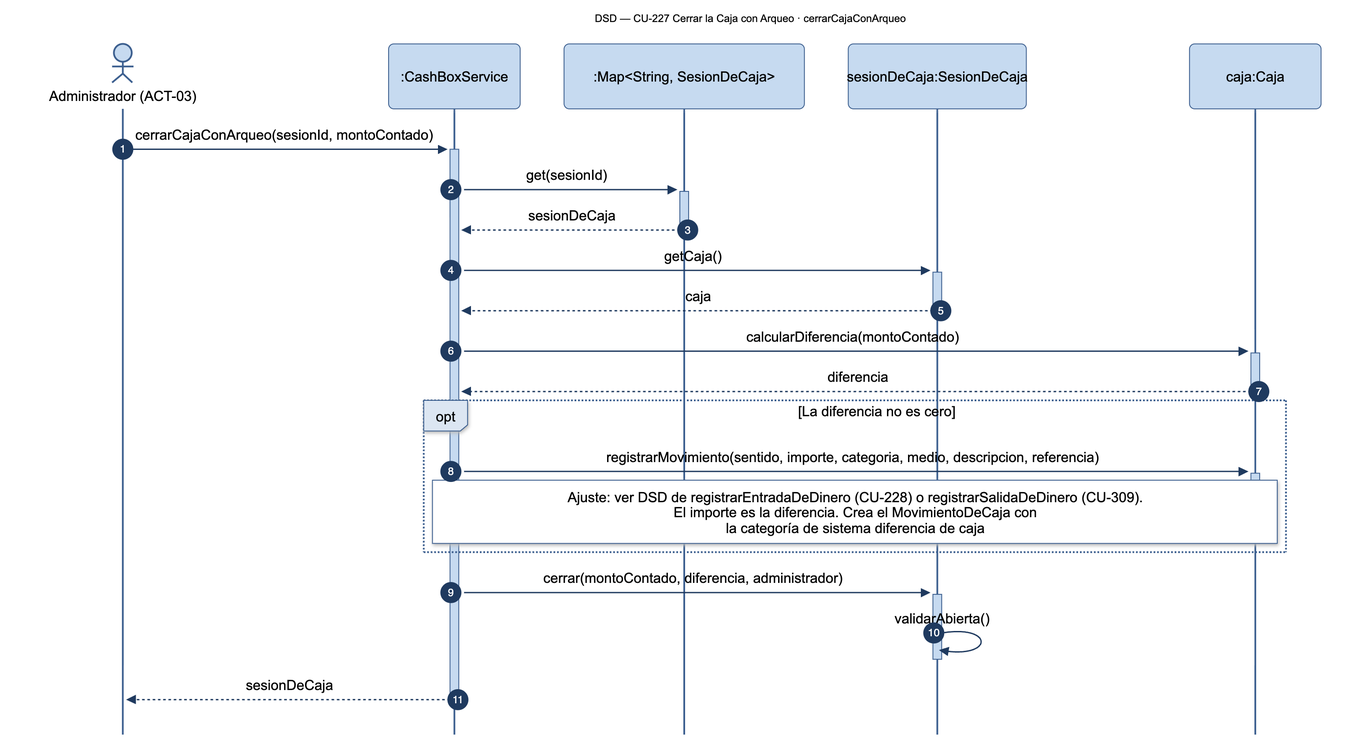
Nahuelito-Dev/splg-docs keeps this Mermaid diagram as diagramas/png/DSD_CU-227_cerrarCajaConArqueo.png. Above is the earlier version. Its source is kept beside it as diagramas/DSD_CU-227_cerrarCajaConArqueo.mmd.
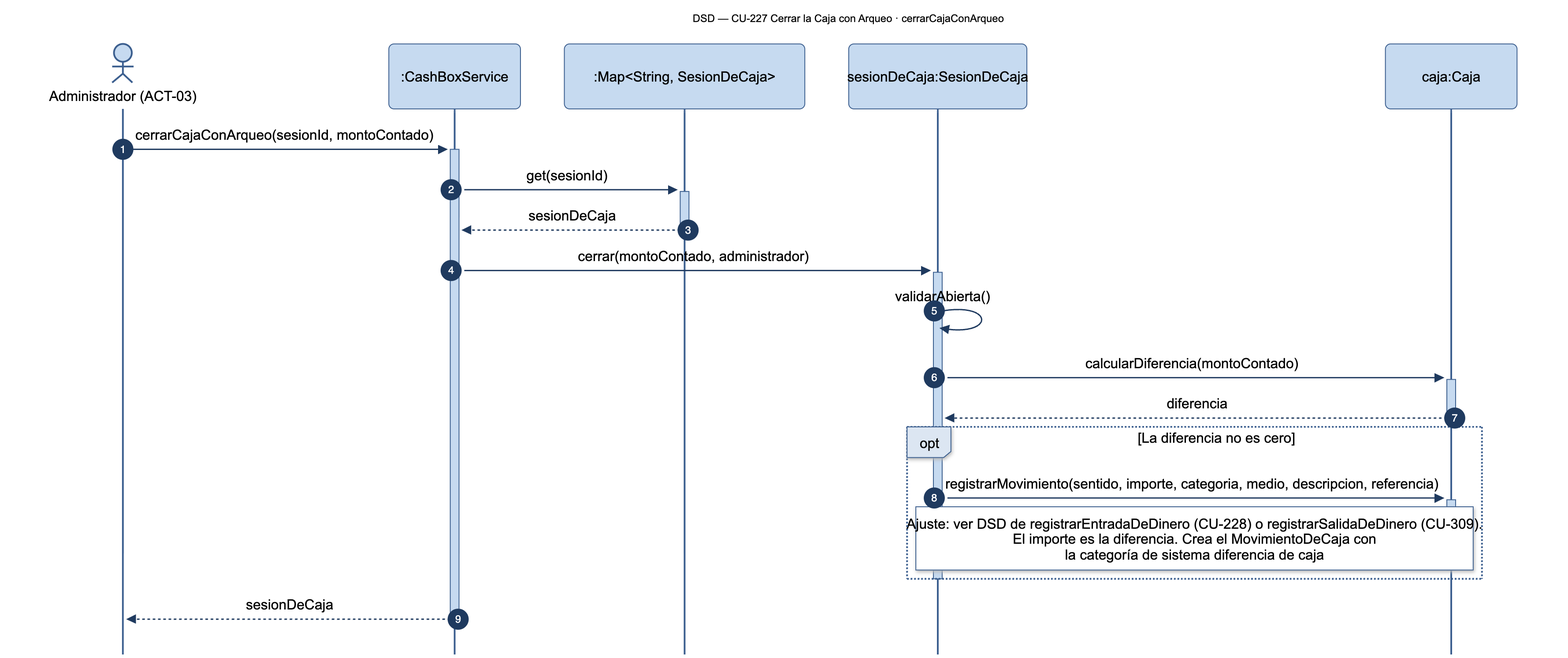
The same file after the commit.

What changed in the source:
```diff
@@ -10,16 +10,14 @@
     ADM->>+SRV: cerrarCajaConArqueo(sesionId, montoContado)
     SRV->>+SESS: get(sesionId)
     SESS-->>-SRV: sesionDeCaja
-    SRV->>+SES: getCaja()
-    SES-->>-SRV: caja
-    SRV->>+CAJ: calcularDiferencia(montoContado)
-    CAJ-->>-SRV: diferencia
+    SRV->>+SES: cerrar(montoContado, administrador)
+    SES->>SES: validarAbierta()
+    SES->>+CAJ: calcularDiferencia(montoContado)
+    CAJ-->>-SES: diferencia
     opt La diferencia no es cero
-        SRV->>+CAJ: registrarMovimiento(sentido, importe, categoria, medio, descripcion, referencia)
-        Note over SRV,CAJ: Ajuste: ver DSD de registrarEntradaDeDinero (CU-228) o registrarSalidaDeDinero (CU-309).<br/>El importe es la diferencia. Crea el MovimientoDeCaja con<br/>la categoría de sistema diferencia de caja
+        SES->>+CAJ: registrarMovimiento(sentido, importe, categoria, medio, descripcion, referencia)
+        Note over SES,CAJ: Ajuste: ver DSD de registrarEntradaDeDinero (CU-228) o registrarSalidaDeDinero (CU-309).<br/>El importe es la diferencia. Crea el MovimientoDeCaja con<br/>la categoría de sistema diferencia de caja
         deactivate CAJ
     end
-    SRV->>+SES: cerrar(montoContado, diferencia, administrador)
-    SES->>SES: validarAbierta()
     deactivate SES
     SRV-->>-ADM: sesionDeCaja
```
